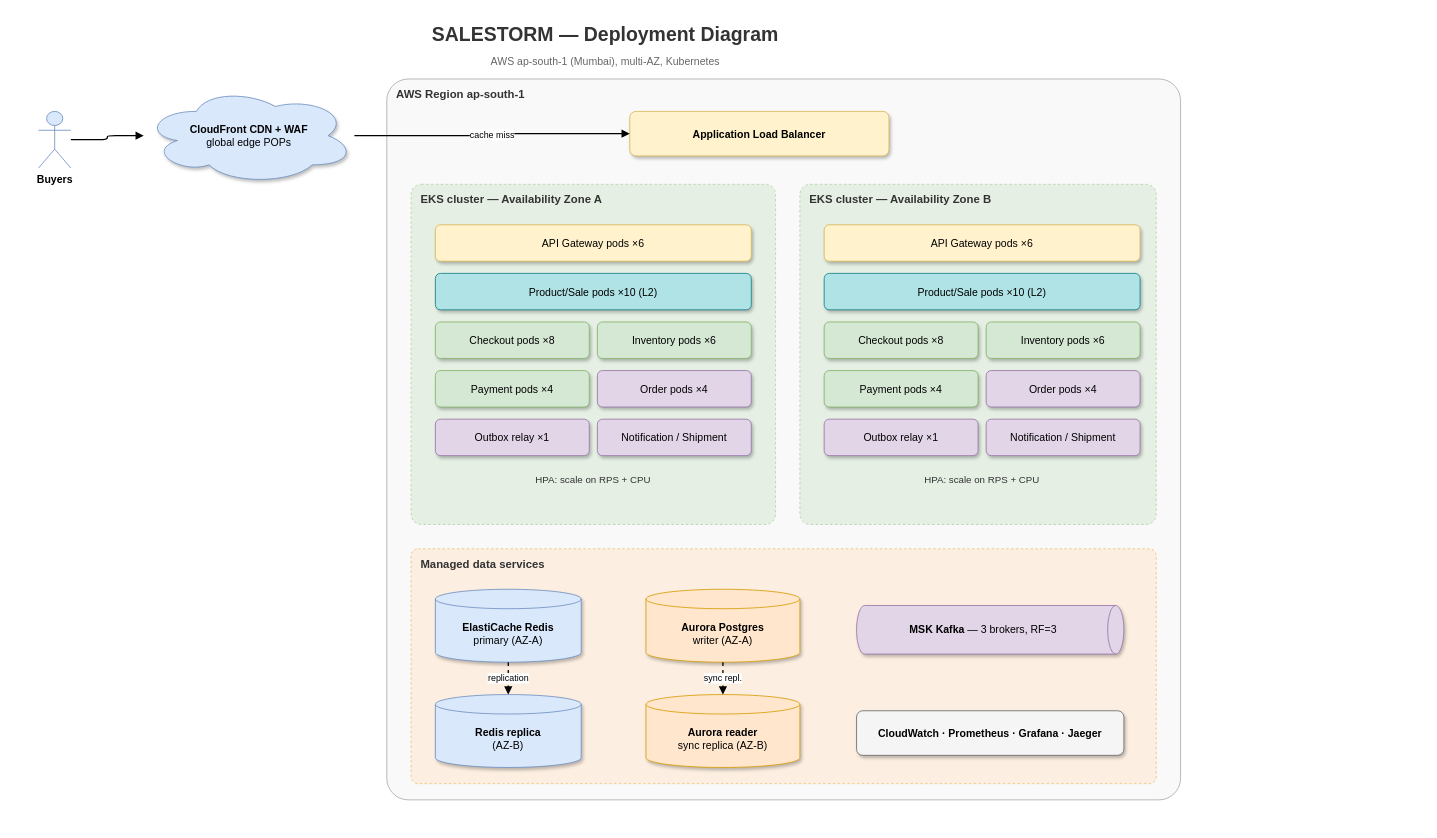
Before: 02_HLD/tools/deployment.drawio in sivaangayarkanni/SalesStrom-Ecommerce-platform, a draw.io diagram. Source tidied: cells renumbered, new cells numbered last; positions are measured from the earlier drawing's top-left corner, leaving out a move shared by most shapes. Both pictures are drawn from the tidied source at 81%, with x=0, y=0 at pixel (14, 22).
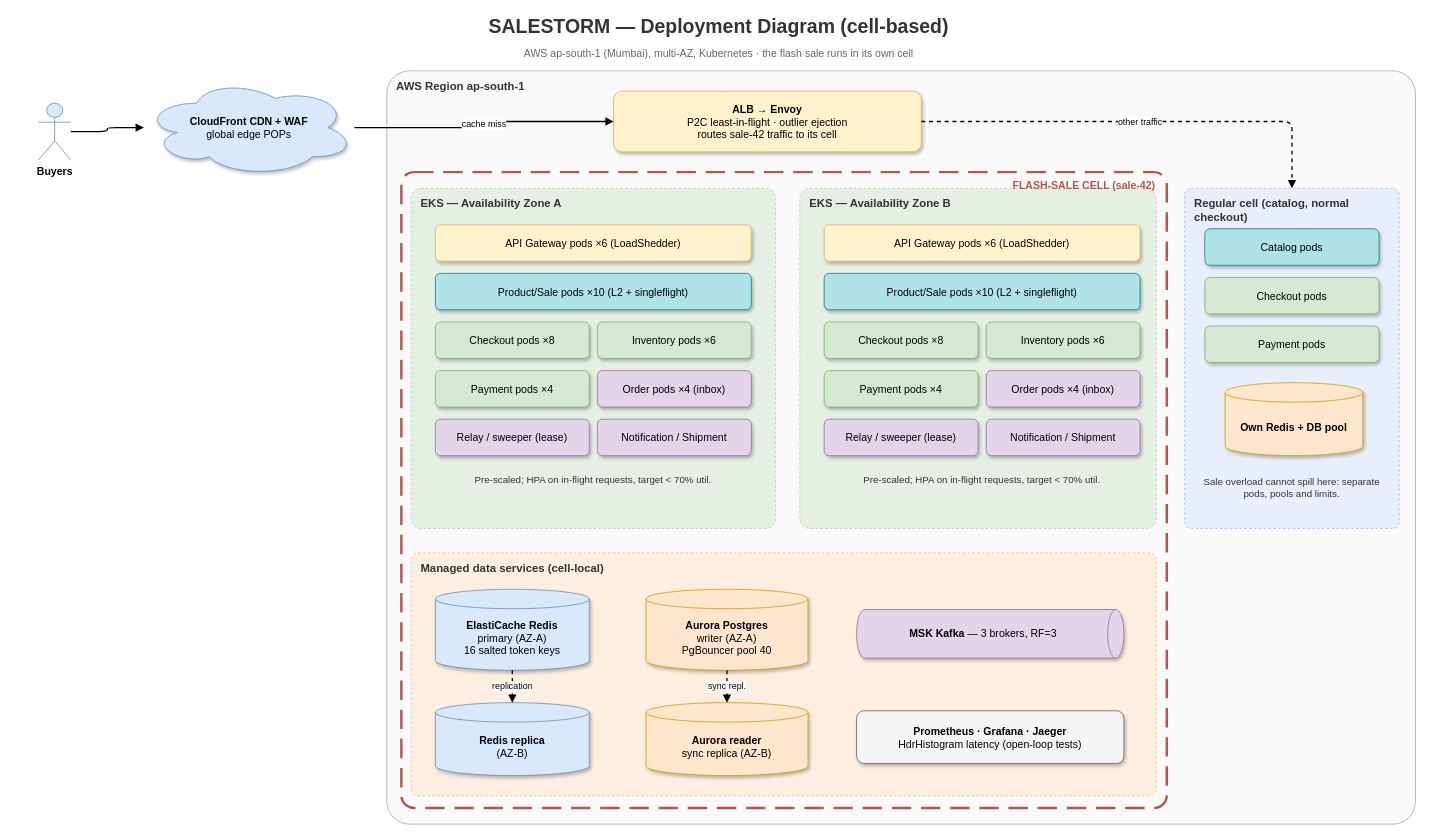
After the change.

Diff of the diagram source:
```diff
@@
-    <mxCell id="2" value="&lt;b&gt;SALESTORM — Deployment Diagram&lt;/b&gt;&lt;br&gt;&lt;font style=&quot;font-size:13px&quot; color=&quot;#666666&quot;&gt;AWS ap-south-1 (Mumbai), multi-AZ, Kubernetes&lt;/font&gt;" style="text;html=1;strokeColor=none;fillColor=none;align=center;verticalAlign=middle;whiteSpace=wrap;fontSize=24;fontStyle=0;fontColor=#333333;" parent="1" vertex="1">
-      <mxGeometry width="1460" height="60" as="geometry" />
+    <mxCell id="2" value="&lt;b&gt;SALESTORM — Deployment Diagram (cell-based)&lt;/b&gt;&lt;br&gt;&lt;font style=&quot;font-size:13px&quot; color=&quot;#666666&quot;&gt;AWS ap-south-1 (Mumbai), multi-AZ, Kubernetes · the flash sale runs in its own cell&lt;/font&gt;" style="text;html=1;strokeColor=none;fillColor=none;align=center;verticalAlign=middle;whiteSpace=wrap;fontSize=24;fontStyle=0;fontColor=#333333;" parent="1" vertex="1">
+      <mxGeometry y="-10" width="1740" height="60" as="geometry" />
     </mxCell>
     <mxCell id="3" value="Buyers" style="shape=umlActor;verticalLabelPosition=bottom;verticalAlign=top;html=1;outlineConnect=0;fontSize=13;fontStyle=1;fillColor=#dae8fc;strokeColor=#6c8ebf;" parent="1" vertex="1">
-      <mxGeometry x="30" y="110" width="40" height="70" as="geometry" />
+      <mxGeometry x="30" y="100" width="40" height="70" as="geometry" />
     </mxCell>
     <mxCell id="4" value="&lt;b&gt;CloudFront CDN + WAF&lt;/b&gt;&lt;br&gt;global edge POPs" style="ellipse;shape=cloud;whiteSpace=wrap;html=1;shadow=1;fontSize=13;fillColor=#dae8fc;strokeColor=#6c8ebf;" parent="1" vertex="1">
-      <mxGeometry x="160" y="80" width="260" height="120" as="geometry" />
+      <mxGeometry x="160" y="70" width="260" height="120" as="geometry" />
     </mxCell>
     <mxCell id="5" value="AWS Region ap-south-1" style="rounded=1;whiteSpace=wrap;html=1;arcSize=3;fillColor=#f5f5f5;strokeColor=#666666;opacity=55;dashed=0;verticalAlign=top;align=left;spacingLeft=10;spacingTop=4;fontStyle=1;fontSize=14;fontColor=#333333;" parent="1" vertex="1">
-      <mxGeometry x="460" y="70" width="980" height="890" as="geometry" />
+      <mxGeometry x="460" y="60" width="1270" height="930" as="geometry" />
     </mxCell>
-    <mxCell id="6" value="&lt;b&gt;Application Load Balancer&lt;/b&gt;" style="rounded=1;whiteSpace=wrap;html=1;arcSize=14;shadow=1;fontSize=13;fillColor=#fff2cc;strokeColor=#d6b656;" parent="1" vertex="1">
-      <mxGeometry x="760" y="110" width="320" height="55" as="geometry" />
+    <mxCell id="6" value="&lt;b&gt;ALB → Envoy&lt;/b&gt;&lt;br&gt;P2C least-in-flight · outlier ejection&lt;br&gt;routes sale-42 traffic to its cell" style="rounded=1;whiteSpace=wrap;html=1;arcSize=14;shadow=1;fontSize=13;fillColor=#fff2cc;strokeColor=#d6b656;" parent="1" vertex="1">
+      <mxGeometry x="740" y="85" width="380" height="75" as="geometry" />
     </mxCell>
-    <mxCell id="7" value="EKS cluster — Availability Zone A" style="rounded=1;whiteSpace=wrap;html=1;arcSize=3;fillColor=#d5e8d4;strokeColor=#82b366;opacity=55;dashed=1;verticalAlign=top;align=left;spacingLeft=10;spacingTop=4;fontStyle=1;fontSize=14;fontColor=#333333;" parent="1" vertex="1">
-      <mxGeometry x="490" y="200" width="450" height="420" as="geometry" />
+    <mxCell id="7" value="EKS — Availability Zone A" style="rounded=1;whiteSpace=wrap;html=1;arcSize=3;fillColor=#d5e8d4;strokeColor=#82b366;opacity=55;dashed=1;verticalAlign=top;align=left;spacingLeft=10;spacingTop=4;fontStyle=1;fontSize=14;fontColor=#333333;" parent="1" vertex="1">
+      <mxGeometry x="490" y="205" width="450" height="420" as="geometry" />
     </mxCell>
-    <mxCell id="8" value="EKS cluster — Availability Zone B" style="rounded=1;whiteSpace=wrap;html=1;arcSize=3;fillColor=#d5e8d4;strokeColor=#82b366;opacity=55;dashed=1;verticalAlign=top;align=left;spacingLeft=10;spacingTop=4;fontStyle=1;fontSize=14;fontColor=#333333;" parent="1" vertex="1">
-      <mxGeometry x="970" y="200" width="440" height="420" as="geometry" />
+    <mxCell id="8" value="EKS — Availability Zone B" style="rounded=1;whiteSpace=wrap;html=1;arcSize=3;fillColor=#d5e8d4;strokeColor=#82b366;opacity=55;dashed=1;verticalAlign=top;align=left;spacingLeft=10;spacingTop=4;fontStyle=1;fontSize=14;fontColor=#333333;" parent="1" vertex="1">
+      <mxGeometry x="970" y="205" width="440" height="420" as="geometry" />
     </mxCell>
-    <mxCell id="9" value="API Gateway pods ×6" style="rounded=1;whiteSpace=wrap;html=1;arcSize=14;shadow=1;fontSize=13;fillColor=#fff2cc;strokeColor=#d6b656;" parent="1" vertex="1">
+    <mxCell id="9" value="API Gateway pods ×6 (LoadShedder)" style="rounded=1;whiteSpace=wrap;html=1;arcSize=14;shadow=1;fontSize=13;fillColor=#fff2cc;strokeColor=#d6b656;" parent="1" vertex="1">
       <mxGeometry x="520" y="250" width="390" height="45" as="geometry" />
     </mxCell>
-    <mxCell id="10" value="Product/Sale pods ×10 (L2)" style="rounded=1;whiteSpace=wrap;html=1;arcSize=14;shadow=1;fontSize=13;fillColor=#b0e3e6;strokeColor=#0e8088;" parent="1" vertex="1">
+    <mxCell id="10" value="Product/Sale pods ×10 (L2 + singleflight)" style="rounded=1;whiteSpace=wrap;html=1;arcSize=14;shadow=1;fontSize=13;fillColor=#b0e3e6;strokeColor=#0e8088;" parent="1" vertex="1">
       <mxGeometry x="520" y="310" width="390" height="45" as="geometry" />
     </mxCell>
@@
-    <mxCell id="14" value="Order pods ×4" style="rounded=1;whiteSpace=wrap;html=1;arcSize=14;shadow=1;fontSize=13;fillColor=#e1d5e7;strokeColor=#9673a6;" parent="1" vertex="1">
+    <mxCell id="14" value="Order pods ×4 (inbox)" style="rounded=1;whiteSpace=wrap;html=1;arcSize=14;shadow=1;fontSize=13;fillColor=#e1d5e7;strokeColor=#9673a6;" parent="1" vertex="1">
       <mxGeometry x="720" y="430" width="190" height="45" as="geometry" />
     </mxCell>
-    <mxCell id="15" value="Outbox relay ×1" style="rounded=1;whiteSpace=wrap;html=1;arcSize=14;shadow=1;fontSize=13;fillColor=#e1d5e7;strokeColor=#9673a6;" parent="1" vertex="1">
+    <mxCell id="15" value="Relay / sweeper (lease)" style="rounded=1;whiteSpace=wrap;html=1;arcSize=14;shadow=1;fontSize=13;fillColor=#e1d5e7;strokeColor=#9673a6;" parent="1" vertex="1">
       <mxGeometry x="520" y="490" width="190" height="45" as="geometry" />
     </mxCell>
@@
-    <mxCell id="17" value="HPA: scale on RPS + CPU" style="text;html=1;strokeColor=none;fillColor=none;align=center;verticalAlign=middle;whiteSpace=wrap;fontSize=12;fontStyle=0;fontColor=#333333;" parent="1" vertex="1">
+    <mxCell id="17" value="Pre-scaled; HPA on in-flight requests, target &amp;lt; 70% util." style="text;html=1;strokeColor=none;fillColor=none;align=center;verticalAlign=middle;whiteSpace=wrap;fontSize=12;fontStyle=0;fontColor=#333333;" parent="1" vertex="1">
       <mxGeometry x="520" y="550" width="390" height="30" as="geometry" />
     </mxCell>
-    <mxCell id="18" value="API Gateway pods ×6" style="rounded=1;whiteSpace=wrap;html=1;arcSize=14;shadow=1;fontSize=13;fillColor=#fff2cc;strokeColor=#d6b656;" parent="1" vertex="1">
+    <mxCell id="18" value="API Gateway pods ×6 (LoadShedder)" style="rounded=1;whiteSpace=wrap;html=1;arcSize=14;shadow=1;fontSize=13;fillColor=#fff2cc;strokeColor=#d6b656;" parent="1" vertex="1">
       <mxGeometry x="1000" y="250" width="390" height="45" as="geometry" />
     </mxCell>
-    <mxCell id="19" value="Product/Sale pods ×10 (L2)" style="rounded=1;whiteSpace=wrap;html=1;arcSize=14;shadow=1;fontSize=13;fillColor=#b0e3e6;strokeColor=#0e8088;" parent="1" vertex="1">
+    <mxCell id="19" value="Product/Sale pods ×10 (L2 + singleflight)" style="rounded=1;whiteSpace=wrap;html=1;arcSize=14;shadow=1;fontSize=13;fillColor=#b0e3e6;strokeColor=#0e8088;" parent="1" vertex="1">
       <mxGeometry x="1000" y="310" width="390" height="45" as="geometry" />
     </mxCell>
@@
-    <mxCell id="23" value="Order pods ×4" style="rounded=1;whiteSpace=wrap;html=1;arcSize=14;shadow=1;fontSize=13;fillColor=#e1d5e7;strokeColor=#9673a6;" parent="1" vertex="1">
+    <mxCell id="23" value="Order pods ×4 (inbox)" style="rounded=1;whiteSpace=wrap;html=1;arcSize=14;shadow=1;fontSize=13;fillColor=#e1d5e7;strokeColor=#9673a6;" parent="1" vertex="1">
       <mxGeometry x="1200" y="430" width="190" height="45" as="geometry" />
     </mxCell>
-    <mxCell id="24" value="Outbox relay ×1" style="rounded=1;whiteSpace=wrap;html=1;arcSize=14;shadow=1;fontSize=13;fillColor=#e1d5e7;strokeColor=#9673a6;" parent="1" vertex="1">
+    <mxCell id="24" value="Relay / sweeper (lease)" style="rounded=1;whiteSpace=wrap;html=1;arcSize=14;shadow=1;fontSize=13;fillColor=#e1d5e7;strokeColor=#9673a6;" parent="1" vertex="1">
       <mxGeometry x="1000" y="490" width="190" height="45" as="geometry" />
     </mxCell>
@@
-    <mxCell id="26" value="HPA: scale on RPS + CPU" style="text;html=1;strokeColor=none;fillColor=none;align=center;verticalAlign=middle;whiteSpace=wrap;fontSize=12;fontStyle=0;fontColor=#333333;" parent="1" vertex="1">
+    <mxCell id="26" value="Pre-scaled; HPA on in-flight requests, target &amp;lt; 70% util." style="text;html=1;strokeColor=none;fillColor=none;align=center;verticalAlign=middle;whiteSpace=wrap;fontSize=12;fontStyle=0;fontColor=#333333;" parent="1" vertex="1">
       <mxGeometry x="1000" y="550" width="390" height="30" as="geometry" />
     </mxCell>
-    <mxCell id="27" value="Managed data services" style="rounded=1;whiteSpace=wrap;html=1;arcSize=3;fillColor=#ffe6cc;strokeColor=#d79b00;opacity=55;dashed=1;verticalAlign=top;align=left;spacingLeft=10;spacingTop=4;fontStyle=1;fontSize=14;fontColor=#333333;" parent="1" vertex="1">
-      <mxGeometry x="490" y="650" width="920" height="290" as="geometry" />
+    <mxCell id="27" value="Managed data services (cell-local)" style="rounded=1;whiteSpace=wrap;html=1;arcSize=3;fillColor=#ffe6cc;strokeColor=#d79b00;opacity=55;dashed=1;verticalAlign=top;align=left;spacingLeft=10;spacingTop=4;fontStyle=1;fontSize=14;fontColor=#333333;" parent="1" vertex="1">
+      <mxGeometry x="490" y="655" width="920" height="300" as="geometry" />
     </mxCell>
-    <mxCell id="28" value="&lt;b&gt;ElastiCache Redis&lt;/b&gt;&lt;br&gt;primary (AZ-A)" style="shape=cylinder3;whiteSpace=wrap;html=1;boundedLbl=1;backgroundOutline=1;size=12;shadow=1;fontSize=13;fillColor=#dae8fc;strokeColor=#6c8ebf;" parent="1" vertex="1">
-      <mxGeometry x="520" y="700" width="180" height="90" as="geometry" />
+    <mxCell id="28" value="&lt;b&gt;ElastiCache Redis&lt;/b&gt;&lt;br&gt;primary (AZ-A)&lt;br&gt;16 salted token keys" style="shape=cylinder3;whiteSpace=wrap;html=1;boundedLbl=1;backgroundOutline=1;size=12;shadow=1;fontSize=13;fillColor=#dae8fc;strokeColor=#6c8ebf;" parent="1" vertex="1">
+      <mxGeometry x="520" y="700" width="190" height="100" as="geometry" />
     </mxCell>
     <mxCell id="29" value="&lt;b&gt;Redis replica&lt;/b&gt;&lt;br&gt;(AZ-B)" style="shape=cylinder3;whiteSpace=wrap;html=1;boundedLbl=1;backgroundOutline=1;size=12;shadow=1;fontSize=13;fillColor=#dae8fc;strokeColor=#6c8ebf;" parent="1" vertex="1">
-      <mxGeometry x="520" y="830" width="180" height="90" as="geometry" />
+      <mxGeometry x="520" y="840" width="190" height="90" as="geometry" />
     </mxCell>
-    <mxCell id="30" value="&lt;b&gt;Aurora Postgres&lt;/b&gt;&lt;br&gt;writer (AZ-A)" style="shape=cylinder3;whiteSpace=wrap;html=1;boundedLbl=1;backgroundOutline=1;size=12;shadow=1;fontSize=13;fillColor=#ffe6cc;strokeColor=#d79b00;" parent="1" vertex="1">
-      <mxGeometry x="780" y="700" width="190" height="90" as="geometry" />
+    <mxCell id="30" value="&lt;b&gt;Aurora Postgres&lt;/b&gt;&lt;br&gt;writer (AZ-A)&lt;br&gt;PgBouncer pool 40" style="shape=cylinder3;whiteSpace=wrap;html=1;boundedLbl=1;backgroundOutline=1;size=12;shadow=1;fontSize=13;fillColor=#ffe6cc;strokeColor=#d79b00;" parent="1" vertex="1">
+      <mxGeometry x="780" y="700" width="200" height="100" as="geometry" />
     </mxCell>
     <mxCell id="31" value="&lt;b&gt;Aurora reader&lt;/b&gt;&lt;br&gt;sync replica (AZ-B)" style="shape=cylinder3;whiteSpace=wrap;html=1;boundedLbl=1;backgroundOutline=1;size=12;shadow=1;fontSize=13;fillColor=#ffe6cc;strokeColor=#d79b00;" parent="1" vertex="1">
-      <mxGeometry x="780" y="830" width="190" height="90" as="geometry" />
+      <mxGeometry x="780" y="840" width="200" height="90" as="geometry" />
     </mxCell>
     <mxCell id="32" value="&lt;b&gt;MSK Kafka&lt;/b&gt; — 3 brokers, RF=3" style="shape=cylinder3;whiteSpace=wrap;html=1;boundedLbl=1;backgroundOutline=1;size=10;direction=south;shadow=1;fontSize=13;fillColor=#e1d5e7;strokeColor=#9673a6;" parent="1" vertex="1">
-      <mxGeometry x="1040" y="720" width="330" height="60" as="geometry" />
+      <mxGeometry x="1040" y="725" width="330" height="60" as="geometry" />
     </mxCell>
-    <mxCell id="33" value="&lt;b&gt;CloudWatch · Prometheus · Grafana · Jaeger&lt;/b&gt;" style="rounded=1;whiteSpace=wrap;html=1;arcSize=14;shadow=1;fontSize=13;fillColor=#f5f5f5;strokeColor=#666666;" parent="1" vertex="1">
-      <mxGeometry x="1040" y="850" width="330" height="55" as="geometry" />
+    <mxCell id="33" value="&lt;b&gt;Prometheus · Grafana · Jaeger&lt;/b&gt;&lt;br&gt;HdrHistogram latency (open-loop tests)" style="rounded=1;whiteSpace=wrap;html=1;arcSize=14;shadow=1;fontSize=13;fillColor=#f5f5f5;strokeColor=#666666;" parent="1" vertex="1">
+      <mxGeometry x="1040" y="850" width="330" height="65" as="geometry" />
     </mxCell>
+    <mxCell id="38" value="FLASH-SALE CELL (sale-42)" style="rounded=1;whiteSpace=wrap;html=1;arcSize=2;fillColor=none;strokeColor=#b85450;strokeWidth=3;dashed=1;dashPattern=8 4;verticalAlign=top;align=right;spacingRight=12;spacingTop=2;fontStyle=1;fontSize=13;fontColor=#b85450;" parent="1" vertex="1">
+      <mxGeometry x="478" y="185" width="945" height="785" as="geometry" />
+    </mxCell>
+    <mxCell id="39" value="Regular cell (catalog, normal checkout)" style="rounded=1;whiteSpace=wrap;html=1;arcSize=3;fillColor=#dae8fc;strokeColor=#6c8ebf;opacity=55;dashed=1;verticalAlign=top;align=left;spacingLeft=10;spacingTop=4;fontStyle=1;fontSize=14;fontColor=#333333;" parent="1" vertex="1">
+      <mxGeometry x="1445" y="205" width="265" height="420" as="geometry" />
+    </mxCell>
+    <mxCell id="40" value="Catalog pods" style="rounded=1;whiteSpace=wrap;html=1;arcSize=14;shadow=1;fontSize=13;fillColor=#b0e3e6;strokeColor=#0e8088;" parent="1" vertex="1">
+      <mxGeometry x="1470" y="255" width="215" height="45" as="geometry" />
+    </mxCell>
+    <mxCell id="41" value="Checkout pods" style="rounded=1;whiteSpace=wrap;html=1;arcSize=14;shadow=1;fontSize=13;fillColor=#d5e8d4;strokeColor=#82b366;" parent="1" vertex="1">
+      <mxGeometry x="1470" y="315" width="215" height="45" as="geometry" />
+    </mxCell>
+    <mxCell id="42" value="Payment pods" style="rounded=1;whiteSpace=wrap;html=1;arcSize=14;shadow=1;fontSize=13;fillColor=#d5e8d4;strokeColor=#82b366;" parent="1" vertex="1">
+      <mxGeometry x="1470" y="375" width="215" height="45" as="geometry" />
+    </mxCell>
+    <mxCell id="43" value="&lt;b&gt;Own Redis + DB pool&lt;/b&gt;" style="shape=cylinder3;whiteSpace=wrap;html=1;boundedLbl=1;backgroundOutline=1;size=12;shadow=1;fontSize=13;fillColor=#ffe6cc;strokeColor=#d79b00;" parent="1" vertex="1">
+      <mxGeometry x="1495" y="445" width="170" height="90" as="geometry" />
+    </mxCell>
+    <mxCell id="44" value="Sale overload cannot spill here: separate pods, pools and limits." style="text;html=1;strokeColor=none;fillColor=none;align=center;verticalAlign=middle;whiteSpace=wrap;fontSize=12;fontStyle=0;fontColor=#333333;" parent="1" vertex="1">
+      <mxGeometry x="1460" y="545" width="235" height="60" as="geometry" />
+    </mxCell>
@@
+    <mxCell id="45" value="other traffic" style="edgeStyle=orthogonalEdgeStyle;rounded=1;jettySize=auto;html=1;endArrow=block;endFill=1;strokeWidth=1.6;fontSize=11;labelBackgroundColor=#ffffff;dashed=1;exitX=1;exitY=0.5;exitDx=0;exitDy=0;entryX=0.5;entryY=0;entryDx=0;entryDy=0;" parent="1" edge="1" source="6" target="39">
+      <mxGeometry relative="1" as="geometry" />
+    </mxCell>
```
